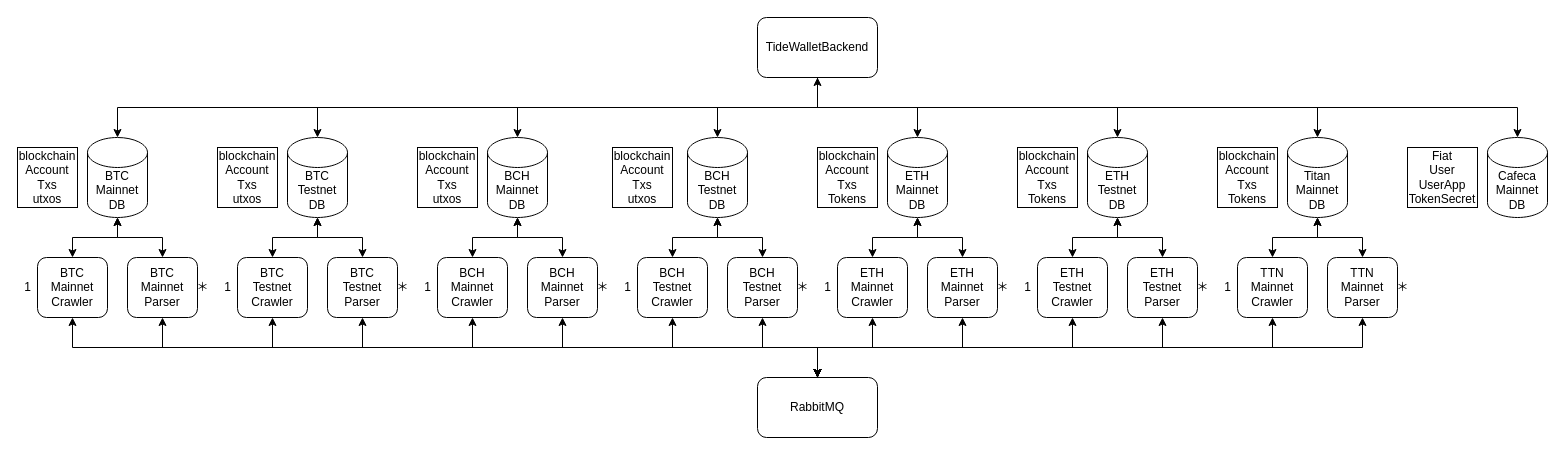
The draw.io diagram doc/TideWalletBackend relation.drawio in CAFECA-IO/TideWallet-Backend, before the edit. Source tidied: cells renumbered, new cells numbered last; positions are measured from the earlier drawing's top-left corner, leaving out a move shared by most shapes. Both pictures are drawn from the tidied source at 100%, with x=0, y=0 at pixel (17, 17).
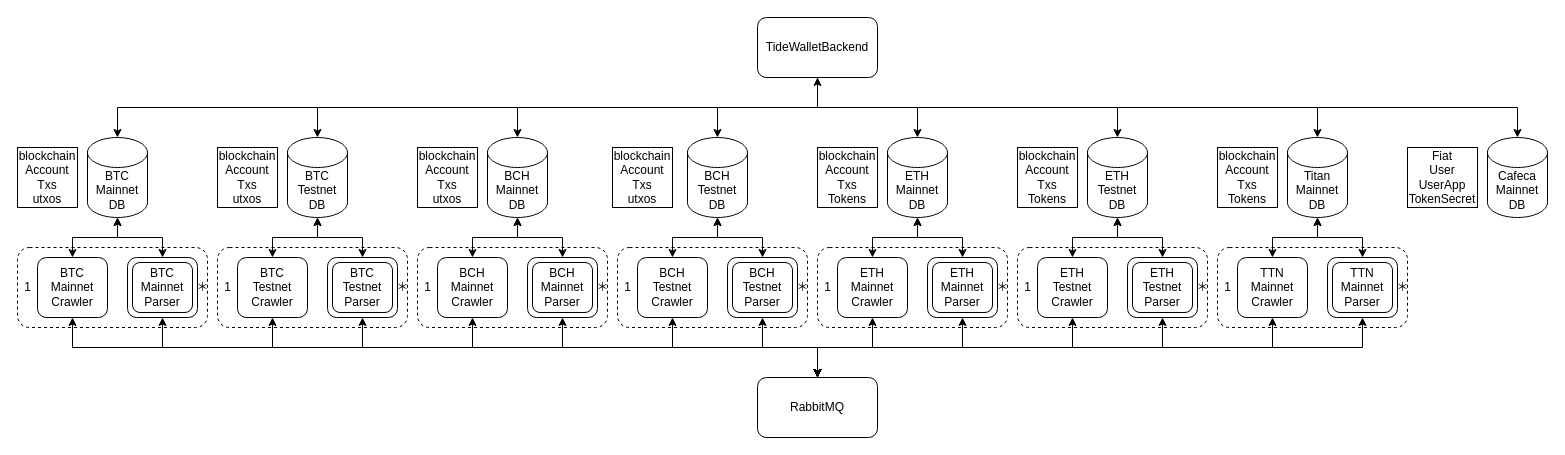
The same diagram, later.

Change to the diagram source:
```diff
@@
-    <mxCell id="47" style="group;" parent="1" vertex="1">
-      <mxGeometry x="220" y="200" width="160" height="100" as="geometry" />
-    </mxCell>
-    <mxCell id="48" value="BTC&lt;br&gt;Testnet&lt;br&gt;Crawler" style="rounded=1;whiteSpace=wrap;html=1;" parent="47" vertex="1">
-      <mxGeometry y="40" width="70" height="60" as="geometry" />
-    </mxCell>
-    <mxCell id="49" value="BTC&lt;br&gt;Testnet&lt;br&gt;Parser" style="rounded=1;whiteSpace=wrap;html=1;" parent="47" vertex="1">
-      <mxGeometry x="90" y="40" width="70" height="60" as="geometry" />
-    </mxCell>
-    <mxCell id="50" value="＊" style="text;html=1;align=center;verticalAlign=middle;strokeColor=none;" parent="47" vertex="1">
-      <mxGeometry x="150" y="60" width="30" height="20" as="geometry" />
-    </mxCell>
     <mxCell id="51" style="group;" parent="1" vertex="1">
-      <mxGeometry x="420" y="200" width="160" height="100" as="geometry" />
+      <mxGeometry x="420" y="200" width="170" height="110" as="geometry" />
     </mxCell>
@@
+    <mxCell id="86" style="rounded=1;whiteSpace=wrap;html=1;dashed=1;fillColor=none;" parent="51" vertex="1">
+      <mxGeometry x="-20" y="30" width="190" height="80" as="geometry" />
+    </mxCell>
+    <mxCell id="87" style="rounded=1;whiteSpace=wrap;html=1;fillColor=none;" parent="51" vertex="1">
+      <mxGeometry x="95" y="45" width="60" height="50" as="geometry" />
+    </mxCell>
@@
+    <mxCell id="88" style="rounded=1;whiteSpace=wrap;html=1;fillColor=none;dashed=1;" parent="1" vertex="1">
+      <mxGeometry y="230" width="190" height="80" as="geometry" />
+    </mxCell>
+    <mxCell id="48" value="BTC&lt;br&gt;Testnet&lt;br&gt;Crawler" style="rounded=1;whiteSpace=wrap;html=1;" parent="1" vertex="1">
+      <mxGeometry x="220" y="240" width="70" height="60" as="geometry" />
+    </mxCell>
+    <mxCell id="49" value="BTC&lt;br&gt;Testnet&lt;br&gt;Parser" style="rounded=1;whiteSpace=wrap;html=1;" parent="1" vertex="1">
+      <mxGeometry x="310" y="240" width="70" height="60" as="geometry" />
+    </mxCell>
+    <mxCell id="50" value="＊" style="text;html=1;align=center;verticalAlign=middle;strokeColor=none;" parent="1" vertex="1">
+      <mxGeometry x="370" y="260" width="30" height="20" as="geometry" />
+    </mxCell>
+    <mxCell id="89" style="rounded=1;whiteSpace=wrap;html=1;dashed=1;fillColor=none;" parent="1" vertex="1">
+      <mxGeometry x="200" y="230" width="190" height="80" as="geometry" />
+    </mxCell>
+    <mxCell id="90" style="rounded=1;whiteSpace=wrap;html=1;dashed=1;fillColor=none;" parent="1" vertex="1">
+      <mxGeometry x="600" y="230" width="190" height="80" as="geometry" />
+    </mxCell>
+    <mxCell id="91" style="rounded=1;whiteSpace=wrap;html=1;dashed=1;fillColor=none;" parent="1" vertex="1">
+      <mxGeometry x="800" y="230" width="190" height="80" as="geometry" />
+    </mxCell>
+    <mxCell id="92" style="rounded=1;whiteSpace=wrap;html=1;dashed=1;fillColor=none;" parent="1" vertex="1">
+      <mxGeometry x="1000" y="230" width="190" height="80" as="geometry" />
+    </mxCell>
+    <mxCell id="93" style="rounded=1;whiteSpace=wrap;html=1;dashed=1;fillColor=none;" parent="1" vertex="1">
+      <mxGeometry x="1200" y="230" width="190" height="80" as="geometry" />
+    </mxCell>
+    <mxCell id="94" style="rounded=1;whiteSpace=wrap;html=1;fillColor=none;" parent="1" vertex="1">
+      <mxGeometry x="115" y="245" width="60" height="50" as="geometry" />
+    </mxCell>
+    <mxCell id="95" style="rounded=1;whiteSpace=wrap;html=1;fillColor=none;" parent="1" vertex="1">
+      <mxGeometry x="315" y="245" width="60" height="50" as="geometry" />
+    </mxCell>
+    <mxCell id="96" style="rounded=1;whiteSpace=wrap;html=1;fillColor=none;" parent="1" vertex="1">
+      <mxGeometry x="1315" y="245" width="60" height="50" as="geometry" />
+    </mxCell>
+    <mxCell id="97" style="rounded=1;whiteSpace=wrap;html=1;fillColor=none;" parent="1" vertex="1">
+      <mxGeometry x="1115" y="245" width="60" height="50" as="geometry" />
+    </mxCell>
+    <mxCell id="98" style="rounded=1;whiteSpace=wrap;html=1;fillColor=none;" parent="1" vertex="1">
+      <mxGeometry x="915" y="245" width="60" height="50" as="geometry" />
+    </mxCell>
+    <mxCell id="99" style="rounded=1;whiteSpace=wrap;html=1;fillColor=none;" parent="1" vertex="1">
+      <mxGeometry x="715" y="245" width="60" height="50" as="geometry" />
+    </mxCell>
```
